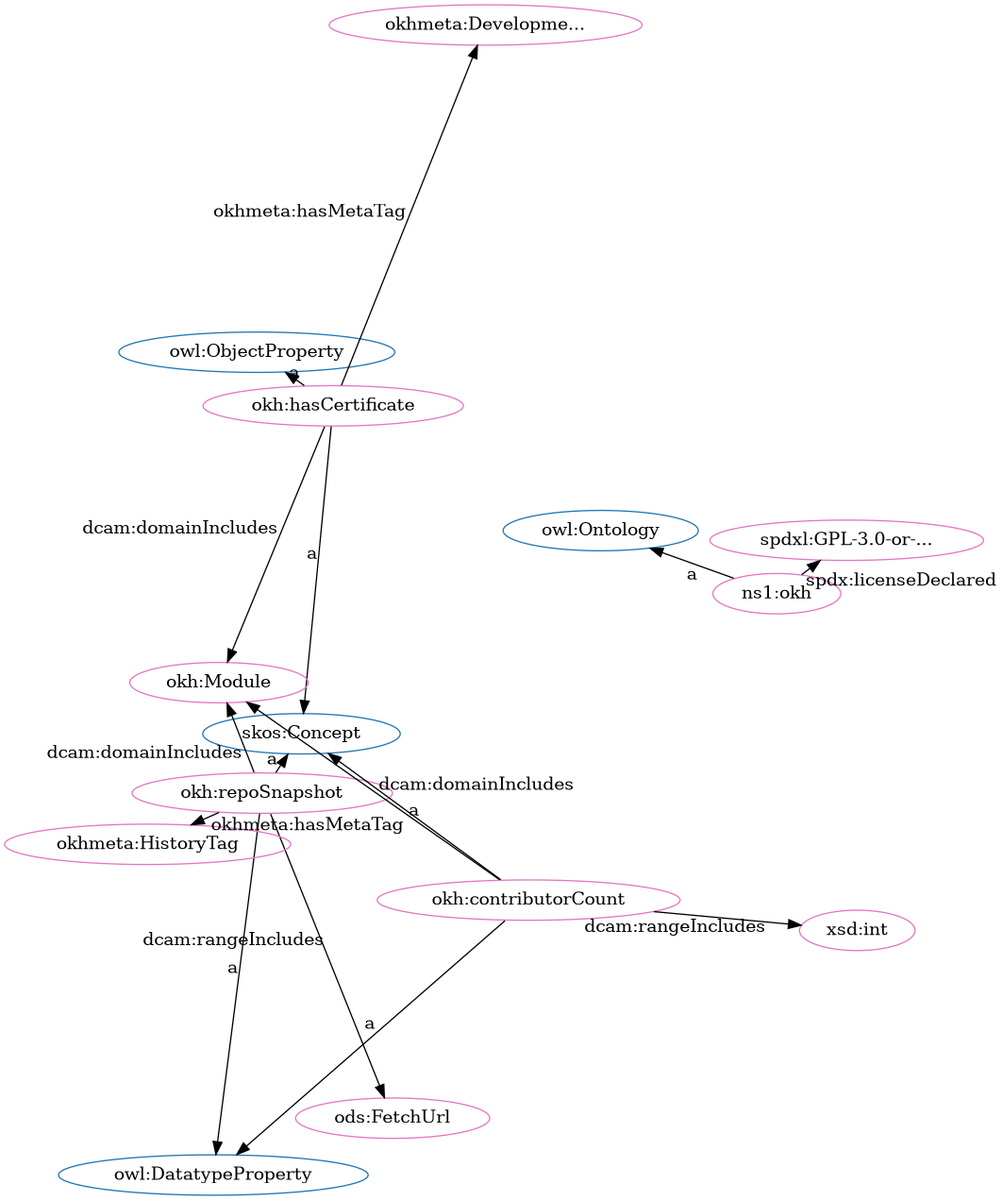
Earlier version of the Graphviz export src/spec/fdp_okh_proposed.png (iop-alliance/OpenKnowHow). Its source is kept beside it as src/spec/fdp_okh_proposed.dot. Its diagram source:
```dot
digraph G {
  rankdir=BT
  node[height=.3]
"http://www.w3.org/2002/07/owl#Ontology" [fillcolor="#1f77b4" color="#1f77b4" label="owl:Ontology"]
"http://www.w3.org/2002/07/owl#DatatypeProperty" [fillcolor="#1f77b4" color="#1f77b4" label="owl:DatatypeProperty"]
"http://www.w3.org/2004/02/skos/core#Concept" [fillcolor="#1f77b4" color="#1f77b4" label="skos:Concept"]
"http://www.w3.org/2002/07/owl#ObjectProperty" [fillcolor="#1f77b4" color="#1f77b4" label="owl:ObjectProperty"]
"http://w3id.org/oseg/ont/okh#hasCertificate" [fillcolor="#e377c2" color="#e377c2" label="okh:hasCertificate"]
"http://w3id.org/oseg/ont/okh#Module" [fillcolor="#e377c2" color="#e377c2" label="okh:Module"]
"http://w3id.org/oseg/ont/ods#FetchUrl" [fillcolor="#e377c2" color="#e377c2" label="ods:FetchUrl"]
"http://w3id.org/oseg/ont/okhmeta#DevelopmentTag" [fillcolor="#e377c2" color="#e377c2" label="okhmeta:Developme..."]
"http://w3id.org/oseg/ont/okh#repoSnapshot" [fillcolor="#e377c2" color="#e377c2" label="okh:repoSnapshot"]
"http://spdx.org/licenses/GPL-3.0-or-later" [fillcolor="#e377c2" color="#e377c2" label="spdxl:GPL-3.0-or-..."]
"http://w3id.org/oseg/ont/okhmeta#HistoryTag" [fillcolor="#e377c2" color="#e377c2" label="okhmeta:HistoryTag"]
"http://www.w3.org/2001/XMLSchema#int" [fillcolor="#e377c2" color="#e377c2" label="xsd:int"]
"http://w3id.org/oseg/ont/okh#contributorCount" [fillcolor="#e377c2" color="#e377c2" label="okh:contributorCount"]
"http://w3id.org/oseg/ont/okh" [fillcolor="#e377c2" color="#e377c2" label="ns1:okh"]
  "http://w3id.org/oseg/ont/okh#contributorCount" -> "http://w3id.org/oseg/ont/okh#Module" [label="dcam:domainIncludes"]
  "http://w3id.org/oseg/ont/okh" -> "http://spdx.org/licenses/GPL-3.0-or-later" [label="spdx:licenseDeclared"]
  "http://w3id.org/oseg/ont/okh#repoSnapshot" -> "http://w3id.org/oseg/ont/okhmeta#HistoryTag" [label="okhmeta:hasMetaTag"]
  "http://w3id.org/oseg/ont/okh#contributorCount" -> "http://www.w3.org/2001/XMLSchema#int" [label="dcam:rangeIncludes"]
  "http://w3id.org/oseg/ont/okh#repoSnapshot" -> "http://w3id.org/oseg/ont/okh#Module" [label="dcam:domainIncludes"]
  "http://w3id.org/oseg/ont/okh#contributorCount" -> "http://www.w3.org/2004/02/skos/core#Concept" [label="a"]
  "http://w3id.org/oseg/ont/okh#contributorCount" -> "http://www.w3.org/2002/07/owl#DatatypeProperty" [label="a"]
  "http://w3id.org/oseg/ont/okh#hasCertificate" -> "http://w3id.org/oseg/ont/okh#Module" [label="dcam:domainIncludes"]
  "http://w3id.org/oseg/ont/okh#hasCertificate" -> "http://www.w3.org/2002/07/owl#ObjectProperty" [label="a"]
  "http://w3id.org/oseg/ont/okh#repoSnapshot" -> "http://w3id.org/oseg/ont/ods#FetchUrl" [label="dcam:rangeIncludes"]
  "http://w3id.org/oseg/ont/okh#hasCertificate" -> "http://w3id.org/oseg/ont/okhmeta#DevelopmentTag" [label="okhmeta:hasMetaTag"]
  "http://w3id.org/oseg/ont/okh#repoSnapshot" -> "http://www.w3.org/2004/02/skos/core#Concept" [label="a"]
  "http://w3id.org/oseg/ont/okh#repoSnapshot" -> "http://www.w3.org/2002/07/owl#DatatypeProperty" [label="a"]
  "http://w3id.org/oseg/ont/okh#hasCertificate" -> "http://www.w3.org/2004/02/skos/core#Concept" [label="a"]
  "http://w3id.org/oseg/ont/okh" -> "http://www.w3.org/2002/07/owl#Ontology" [label="a"]
}
```
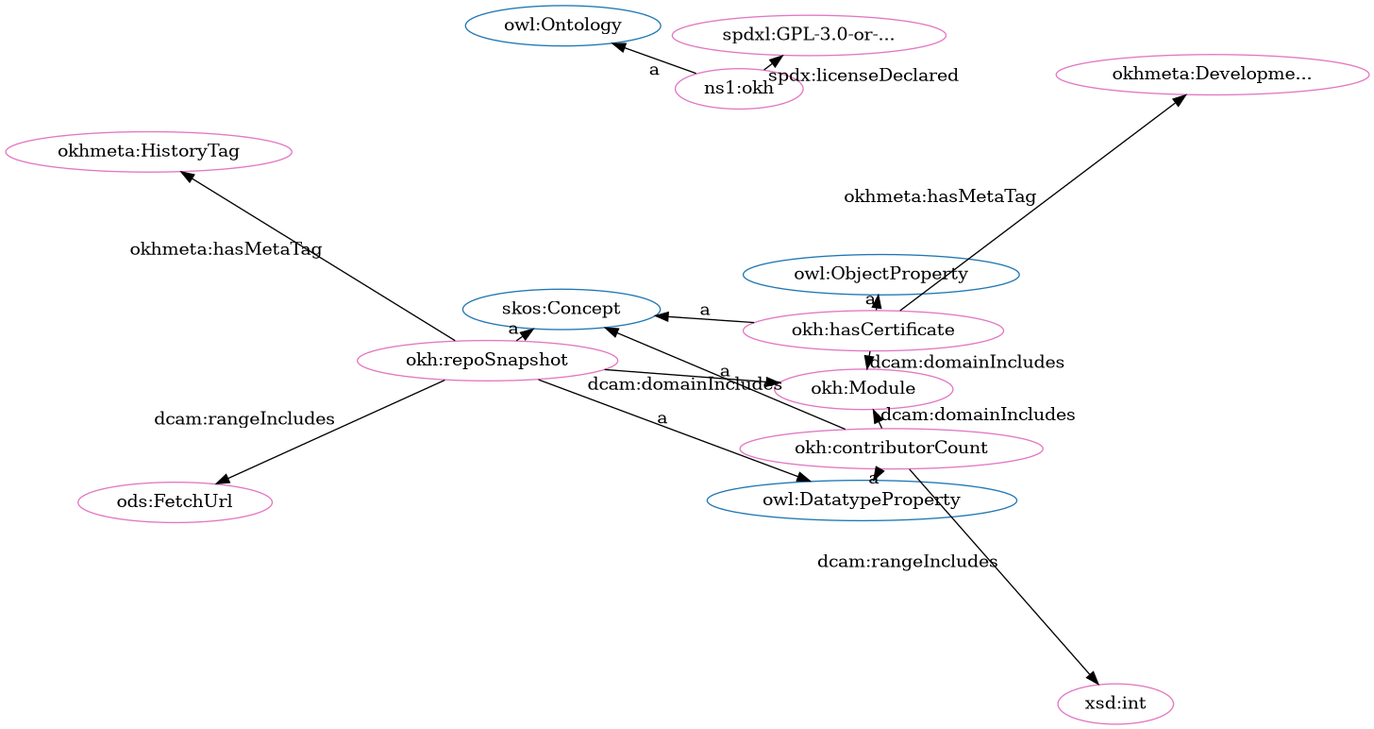
Above is the later version.

Change to the diagram source:
```diff
@@ -1,33 +1,33 @@
 digraph G {
   rankdir=BT
   node[height=.3]
+"http://www.w3.org/2002/07/owl#ObjectProperty" [fillcolor="#1f77b4" color="#1f77b4" label="owl:ObjectProperty"]
 "http://www.w3.org/2002/07/owl#Ontology" [fillcolor="#1f77b4" color="#1f77b4" label="owl:Ontology"]
+"http://www.w3.org/2004/02/skos/core#Concept" [fillcolor="#1f77b4" color="#1f77b4" label="skos:Concept"]
 "http://www.w3.org/2002/07/owl#DatatypeProperty" [fillcolor="#1f77b4" color="#1f77b4" label="owl:DatatypeProperty"]
-"http://www.w3.org/2004/02/skos/core#Concept" [fillcolor="#1f77b4" color="#1f77b4" label="skos:Concept"]
-"http://www.w3.org/2002/07/owl#ObjectProperty" [fillcolor="#1f77b4" color="#1f77b4" label="owl:ObjectProperty"]
+"http://w3id.org/oseg/ont/okhmeta#DevelopmentTag" [fillcolor="#e377c2" color="#e377c2" label="okhmeta:Developme..."]
 "http://w3id.org/oseg/ont/okh#hasCertificate" [fillcolor="#e377c2" color="#e377c2" label="okh:hasCertificate"]
+"http://w3id.org/oseg/ont/okh#repoSnapshot" [fillcolor="#e377c2" color="#e377c2" label="okh:repoSnapshot"]
+"http://w3id.org/oseg/ont/okh#contributorCount" [fillcolor="#e377c2" color="#e377c2" label="okh:contributorCount"]
 "http://w3id.org/oseg/ont/okh#Module" [fillcolor="#e377c2" color="#e377c2" label="okh:Module"]
-"http://w3id.org/oseg/ont/ods#FetchUrl" [fillcolor="#e377c2" color="#e377c2" label="ods:FetchUrl"]
-"http://w3id.org/oseg/ont/okhmeta#DevelopmentTag" [fillcolor="#e377c2" color="#e377c2" label="okhmeta:Developme..."]
-"http://w3id.org/oseg/ont/okh#repoSnapshot" [fillcolor="#e377c2" color="#e377c2" label="okh:repoSnapshot"]
 "http://spdx.org/licenses/GPL-3.0-or-later" [fillcolor="#e377c2" color="#e377c2" label="spdxl:GPL-3.0-or-..."]
 "http://w3id.org/oseg/ont/okhmeta#HistoryTag" [fillcolor="#e377c2" color="#e377c2" label="okhmeta:HistoryTag"]
+"http://w3id.org/oseg/ont/okh" [fillcolor="#e377c2" color="#e377c2" label="ns1:okh"]
 "http://www.w3.org/2001/XMLSchema#int" [fillcolor="#e377c2" color="#e377c2" label="xsd:int"]
-"http://w3id.org/oseg/ont/okh#contributorCount" [fillcolor="#e377c2" color="#e377c2" label="okh:contributorCount"]
-"http://w3id.org/oseg/ont/okh" [fillcolor="#e377c2" color="#e377c2" label="ns1:okh"]
+"http://w3id.org/oseg/ont/ods#FetchUrl" [fillcolor="#e377c2" color="#e377c2" label="ods:FetchUrl"]
+  "http://w3id.org/oseg/ont/okh#hasCertificate" -> "http://www.w3.org/2002/07/owl#ObjectProperty" [label="a"]
+  "http://w3id.org/oseg/ont/okh#repoSnapshot" -> "http://www.w3.org/2002/07/owl#DatatypeProperty" [label="a"]
+  "http://w3id.org/oseg/ont/okh#contributorCount" -> "http://www.w3.org/2004/02/skos/core#Concept" [label="a"]
+  "http://w3id.org/oseg/ont/okh" -> "http://spdx.org/licenses/GPL-3.0-or-later" [label="spdx:licenseDeclared"]
+  "http://w3id.org/oseg/ont/okh#contributorCount" -> "http://www.w3.org/2001/XMLSchema#int" [label="dcam:rangeIncludes"]
+  "http://w3id.org/oseg/ont/okh#hasCertificate" -> "http://w3id.org/oseg/ont/okh#Module" [label="dcam:domainIncludes"]
+  "http://w3id.org/oseg/ont/okh#repoSnapshot" -> "http://w3id.org/oseg/ont/ods#FetchUrl" [label="dcam:rangeIncludes"]
+  "http://w3id.org/oseg/ont/okh#contributorCount" -> "http://www.w3.org/2002/07/owl#DatatypeProperty" [label="a"]
   "http://w3id.org/oseg/ont/okh#contributorCount" -> "http://w3id.org/oseg/ont/okh#Module" [label="dcam:domainIncludes"]
-  "http://w3id.org/oseg/ont/okh" -> "http://spdx.org/licenses/GPL-3.0-or-later" [label="spdx:licenseDeclared"]
+  "http://w3id.org/oseg/ont/okh#repoSnapshot" -> "http://www.w3.org/2004/02/skos/core#Concept" [label="a"]
   "http://w3id.org/oseg/ont/okh#repoSnapshot" -> "http://w3id.org/oseg/ont/okhmeta#HistoryTag" [label="okhmeta:hasMetaTag"]
-  "http://w3id.org/oseg/ont/okh#contributorCount" -> "http://www.w3.org/2001/XMLSchema#int" [label="dcam:rangeIncludes"]
+  "http://w3id.org/oseg/ont/okh" -> "http://www.w3.org/2002/07/owl#Ontology" [label="a"]
+  "http://w3id.org/oseg/ont/okh#hasCertificate" -> "http://www.w3.org/2004/02/skos/core#Concept" [label="a"]
   "http://w3id.org/oseg/ont/okh#repoSnapshot" -> "http://w3id.org/oseg/ont/okh#Module" [label="dcam:domainIncludes"]
-  "http://w3id.org/oseg/ont/okh#contributorCount" -> "http://www.w3.org/2004/02/skos/core#Concept" [label="a"]
-  "http://w3id.org/oseg/ont/okh#contributorCount" -> "http://www.w3.org/2002/07/owl#DatatypeProperty" [label="a"]
-  "http://w3id.org/oseg/ont/okh#hasCertificate" -> "http://w3id.org/oseg/ont/okh#Module" [label="dcam:domainIncludes"]
-  "http://w3id.org/oseg/ont/okh#hasCertificate" -> "http://www.w3.org/2002/07/owl#ObjectProperty" [label="a"]
-  "http://w3id.org/oseg/ont/okh#repoSnapshot" -> "http://w3id.org/oseg/ont/ods#FetchUrl" [label="dcam:rangeIncludes"]
   "http://w3id.org/oseg/ont/okh#hasCertificate" -> "http://w3id.org/oseg/ont/okhmeta#DevelopmentTag" [label="okhmeta:hasMetaTag"]
-  "http://w3id.org/oseg/ont/okh#repoSnapshot" -> "http://www.w3.org/2004/02/skos/core#Concept" [label="a"]
-  "http://w3id.org/oseg/ont/okh#repoSnapshot" -> "http://www.w3.org/2002/07/owl#DatatypeProperty" [label="a"]
-  "http://w3id.org/oseg/ont/okh#hasCertificate" -> "http://www.w3.org/2004/02/skos/core#Concept" [label="a"]
-  "http://w3id.org/oseg/ont/okh" -> "http://www.w3.org/2002/07/owl#Ontology" [label="a"]
 }
```
